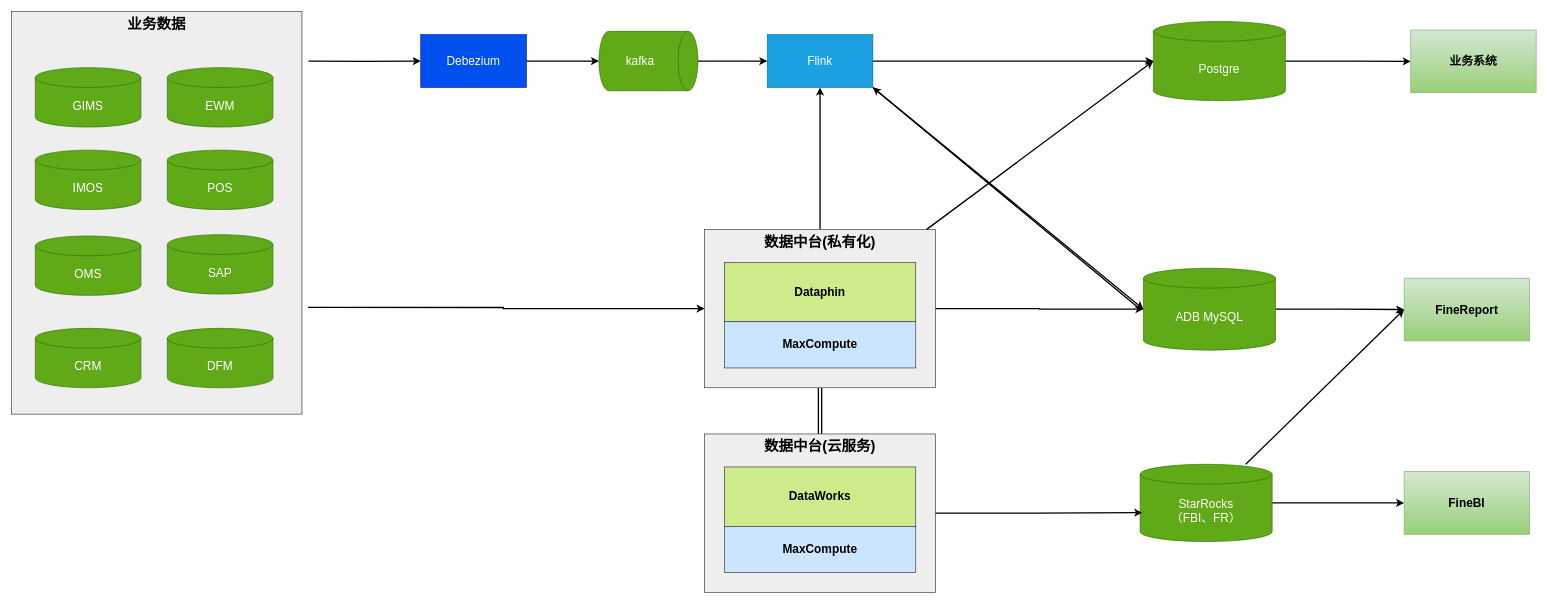
Earlier version of the draw.io diagram page "技术架构" (1 of 3) of bsd.drawio (starzy1990/diagrams). Source tidied: cells renumbered, new cells numbered last; positions are measured from the earlier drawing's top-left corner, leaving out a move shared by most shapes. Both pictures are drawn from the tidied source at 66%, with x=0, y=0 at pixel (11, 11).
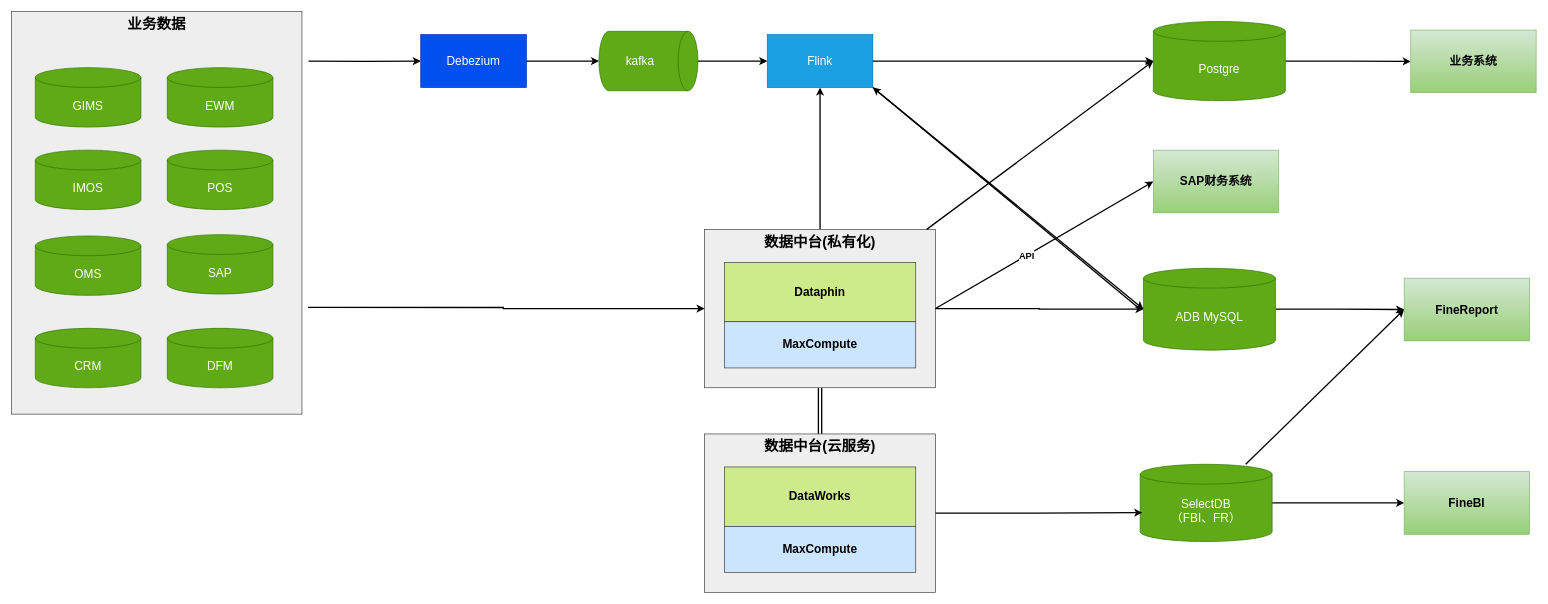
The same diagram, later.

Change to the diagram source:
```diff
@@
-    <mxCell id="11" value="StarRocks&lt;br&gt;（FBI、FR）" style="shape=cylinder3;whiteSpace=wrap;html=1;boundedLbl=1;backgroundOutline=1;size=15;fillColor=#60a917;strokeColor=#2D7600;fontColor=#ffffff;fontSize=18;" parent="1" vertex="1">
+    <mxCell id="11" value="SelectDB&lt;br&gt;（FBI、FR）" style="shape=cylinder3;whiteSpace=wrap;html=1;boundedLbl=1;backgroundOutline=1;size=15;fillColor=#60a917;strokeColor=#2D7600;fontColor=#ffffff;fontSize=18;" parent="1" vertex="1">
       <mxGeometry x="1710" y="686" width="200" height="117" as="geometry" />
     </mxCell>
@@
+    <mxCell id="42" style="rounded=0;jettySize=auto;html=1;entryX=0;entryY=0.5;entryDx=0;entryDy=0;strokeWidth=2;" parent="1" edge="1" target="44">
+      <mxGeometry relative="1" as="geometry">
+        <mxPoint x="1400" y="450" as="sourcePoint" />
+      </mxGeometry>
+    </mxCell>
+    <mxCell id="43" value="API" style="edgeLabel;html=1;align=center;verticalAlign=middle;fontStyle=1;fontSize=14;" parent="42" vertex="1">
+      <mxGeometry x="-0.17" relative="1" as="geometry" />
+    </mxCell>
@@
+    <mxCell id="44" value="SAP财务系统" style="rounded=0;whiteSpace=wrap;html=1;fillColor=#d5e8d4;strokeColor=#82b366;fontSize=18;fontStyle=1;gradientColor=#97d077;" parent="1" vertex="1">
+      <mxGeometry x="1730" y="210" width="190" height="95" as="geometry" />
+    </mxCell>
```
